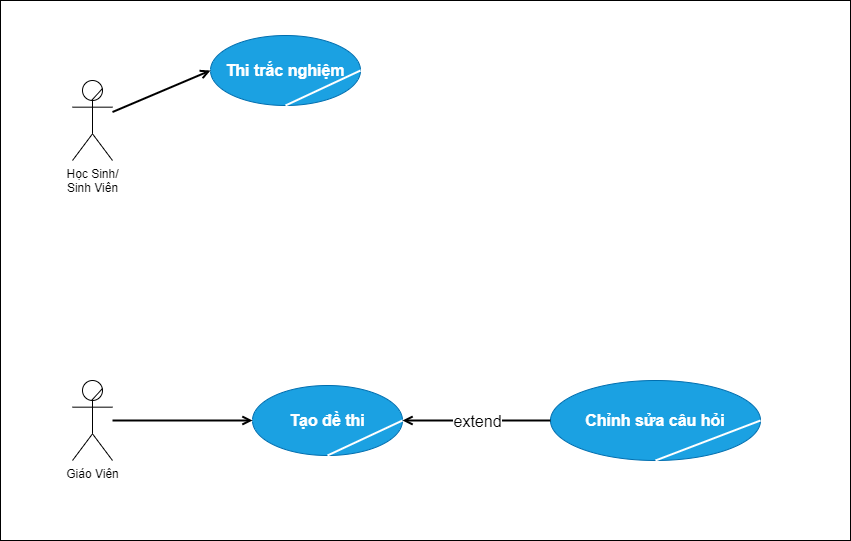
Above: nghiepVu.dio.png in sunny-THS/data (draw.io), before the change. Source tidied: cells renumbered, new cells last; positions are measured from the earlier drawing's top-left corner, leaving out a move shared by most shapes.
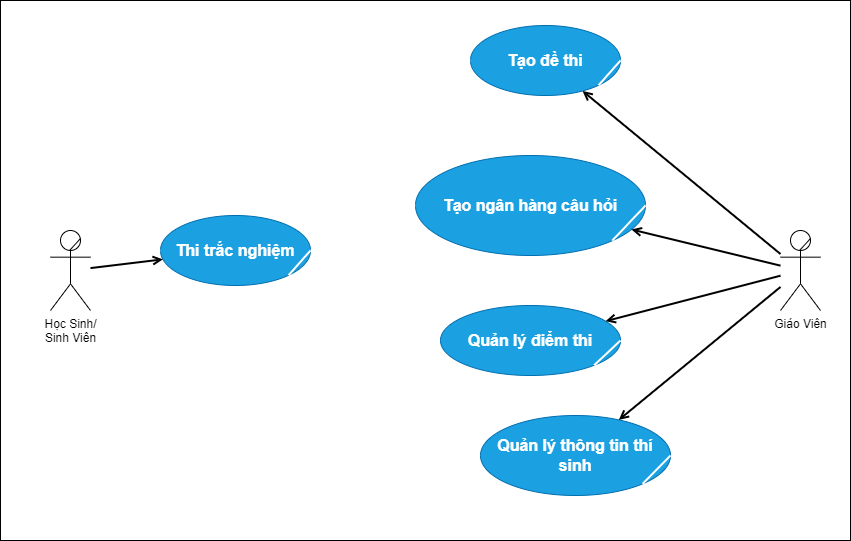
After the commit.

Commit message:
use case diagram

Change to the diagram source:
```diff
@@ -6,46 +6,61 @@
       <mxGeometry width="850" height="540" as="geometry" />
     </mxCell>
     <mxCell id="3" value="Học Sinh/&lt;br&gt;Sinh Viên" style="shape=umlActor;verticalLabelPosition=bottom;verticalAlign=top;html=1;outlineConnect=0;" parent="1" vertex="1">
-      <mxGeometry x="72" y="80" width="40" height="80" as="geometry" />
+      <mxGeometry x="50" y="230" width="40" height="80" as="geometry" />
     </mxCell>
     <mxCell id="4" style="endArrow=none;html=1;entryX=0.75;entryY=0.1;entryDx=0;entryDy=0;entryPerimeter=0;exitX=0.489;exitY=0.243;exitDx=0;exitDy=0;exitPerimeter=0;" parent="1" edge="1" source="3" target="3">
       <mxGeometry relative="1" as="geometry" />
     </mxCell>
     <mxCell id="5" value="Giáo Viên" style="shape=umlActor;verticalLabelPosition=bottom;verticalAlign=top;html=1;outlineConnect=0;" parent="1" vertex="1">
-      <mxGeometry x="72" y="380" width="40" height="80" as="geometry" />
+      <mxGeometry x="780" y="230" width="40" height="80" as="geometry" />
     </mxCell>
     <mxCell id="6" style="endArrow=none;html=1;entryX=0.75;entryY=0.1;entryDx=0;entryDy=0;entryPerimeter=0;exitX=0.489;exitY=0.243;exitDx=0;exitDy=0;exitPerimeter=0;" parent="1" edge="1" source="5" target="5">
       <mxGeometry relative="1" as="geometry" />
     </mxCell>
     <mxCell id="7" value="&lt;b&gt;&lt;font style=&quot;font-size: 16px&quot;&gt;Thi trắc nghiệm&lt;/font&gt;&lt;/b&gt;" style="ellipse;whiteSpace=wrap;html=1;fillColor=#1ba1e2;fontColor=#ffffff;strokeColor=#006EAF;" parent="1" vertex="1">
-      <mxGeometry x="210" y="35" width="150" height="70" as="geometry" />
+      <mxGeometry x="160" y="215" width="150" height="70" as="geometry" />
     </mxCell>
-    <mxCell id="8" style="endArrow=none;html=1;entryX=1;entryY=0.5;entryDx=0;entryDy=0;exitX=0.5;exitY=1;exitDx=0;exitDy=0;strokeWidth=2;fillColor=#f5f5f5;strokeColor=#fff;" parent="1" edge="1" source="7" target="7">
+    <mxCell id="8" style="endArrow=none;html=1;entryX=1;entryY=0.5;entryDx=0;entryDy=0;exitX=1;exitY=1;exitDx=0;exitDy=0;strokeWidth=2;fillColor=#f5f5f5;strokeColor=#fff;" parent="1" edge="1" source="7" target="7">
       <mxGeometry relative="1" as="geometry" />
     </mxCell>
-    <mxCell id="9" style="endArrow=open;html=1;fontSize=16;strokeWidth=2;entryX=0;entryY=0.5;entryDx=0;entryDy=0;endFill=0;" parent="1" edge="1" source="3" target="7">
+    <mxCell id="9" style="endArrow=open;html=1;fontSize=16;strokeWidth=2;endFill=0;" parent="1" edge="1" source="3" target="7">
       <mxGeometry relative="1" as="geometry" />
     </mxCell>
     <mxCell id="10" value="&lt;b&gt;&lt;font style=&quot;font-size: 16px&quot;&gt;Tạo đề thi&lt;/font&gt;&lt;/b&gt;" style="ellipse;whiteSpace=wrap;html=1;fillColor=#1ba1e2;fontColor=#ffffff;strokeColor=#006EAF;" parent="1" vertex="1">
-      <mxGeometry x="252" y="385" width="150" height="70" as="geometry" />
+      <mxGeometry x="470" y="25" width="150" height="70" as="geometry" />
     </mxCell>
-    <mxCell id="11" style="endArrow=none;html=1;entryX=1;entryY=0.5;entryDx=0;entryDy=0;exitX=0.5;exitY=1;exitDx=0;exitDy=0;strokeWidth=2;fillColor=#f5f5f5;strokeColor=#fff;" parent="1" edge="1" source="10" target="10">
+    <mxCell id="11" style="endArrow=none;html=1;entryX=1;entryY=0.5;entryDx=0;entryDy=0;exitX=1;exitY=1;exitDx=0;exitDy=0;strokeWidth=2;fillColor=#f5f5f5;strokeColor=#fff;" parent="1" edge="1" source="10" target="10">
       <mxGeometry relative="1" as="geometry" />
     </mxCell>
-    <mxCell id="12" style="endArrow=open;html=1;fontSize=16;strokeWidth=2;entryX=0;entryY=0.5;entryDx=0;entryDy=0;endFill=0;" parent="1" edge="1" source="5" target="10">
+    <mxCell id="12" style="endArrow=open;html=1;fontSize=16;strokeWidth=2;endFill=0;" parent="1" edge="1" source="5" target="10">
       <mxGeometry relative="1" as="geometry" />
     </mxCell>
-    <mxCell id="13" value="&lt;span style=&quot;font-size: 16px&quot;&gt;&lt;b&gt;Chỉnh sửa câu hỏi&lt;/b&gt;&lt;/span&gt;" style="ellipse;whiteSpace=wrap;html=1;fillColor=#1ba1e2;fontColor=#ffffff;strokeColor=#006EAF;" parent="1" vertex="1">
-      <mxGeometry x="550" y="380" width="210" height="80" as="geometry" />
-    </mxCell>
-    <mxCell id="14" style="endArrow=none;html=1;entryX=1;entryY=0.5;entryDx=0;entryDy=0;exitX=0.5;exitY=1;exitDx=0;exitDy=0;strokeWidth=2;fillColor=#f5f5f5;strokeColor=#fff;" parent="1" edge="1" source="13" target="13">
-      <mxGeometry relative="1" as="geometry" />
-    </mxCell>
-    <mxCell id="15" style="endArrow=open;html=1;fontSize=16;strokeWidth=2;exitX=0;exitY=0.5;exitDx=0;exitDy=0;entryX=1;entryY=0.5;entryDx=0;entryDy=0;endFill=0;" parent="1" edge="1" source="13" target="10">
-      <mxGeometry relative="1" as="geometry" />
-    </mxCell>
-    <mxCell id="16" value="extend" style="edgeLabel;html=1;align=center;verticalAlign=middle;fontSize=16;" parent="15" vertex="1">
-      <mxGeometry relative="1" as="geometry" />
+    <mxCell id="16" value="&lt;b&gt;&lt;font style=&quot;font-size: 16px&quot;&gt;Tạo ngân hàng câu hỏi&lt;br&gt;&lt;/font&gt;&lt;/b&gt;" style="ellipse;whiteSpace=wrap;html=1;fillColor=#1ba1e2;fontColor=#ffffff;strokeColor=#006EAF;" parent="1" vertex="1">
+      <mxGeometry x="415" y="155" width="230" height="100" as="geometry" />
     </mxCell>
+    <mxCell id="17" style="endArrow=none;html=1;entryX=1;entryY=0.5;entryDx=0;entryDy=0;exitX=1;exitY=1;exitDx=0;exitDy=0;strokeWidth=2;fillColor=#f5f5f5;strokeColor=#fff;" parent="1" edge="1" source="16" target="16">
+      <mxGeometry relative="1" as="geometry" />
+    </mxCell>
+    <mxCell id="18" style="endArrow=open;html=1;fontSize=16;strokeWidth=2;endFill=0;" parent="1" edge="1" source="5" target="16">
+      <mxGeometry relative="1" as="geometry" />
+    </mxCell>
+    <mxCell id="19" value="&lt;b&gt;&lt;font style=&quot;font-size: 16px&quot;&gt;Quản lý điểm thi&lt;br&gt;&lt;/font&gt;&lt;/b&gt;" style="ellipse;whiteSpace=wrap;html=1;fillColor=#1ba1e2;fontColor=#ffffff;strokeColor=#006EAF;" parent="1" vertex="1">
+      <mxGeometry x="440" y="305" width="180" height="70" as="geometry" />
+    </mxCell>
+    <mxCell id="20" style="endArrow=none;html=1;entryX=1;entryY=0.5;entryDx=0;entryDy=0;exitX=1;exitY=1;exitDx=0;exitDy=0;strokeWidth=2;fillColor=#f5f5f5;strokeColor=#fff;" parent="1" edge="1" source="19" target="19">
+      <mxGeometry relative="1" as="geometry" />
+    </mxCell>
+    <mxCell id="21" style="endArrow=open;html=1;fontSize=16;strokeWidth=2;endFill=0;" parent="1" edge="1" source="5" target="19">
+      <mxGeometry relative="1" as="geometry" />
+    </mxCell>
+    <mxCell id="22" value="&lt;b&gt;&lt;font style=&quot;font-size: 16px&quot;&gt;Quản lý thông tin thí sinh&lt;br&gt;&lt;/font&gt;&lt;/b&gt;" style="ellipse;whiteSpace=wrap;html=1;fillColor=#1ba1e2;fontColor=#ffffff;strokeColor=#006EAF;" parent="1" vertex="1">
+      <mxGeometry x="480" y="415" width="190" height="80" as="geometry" />
+    </mxCell>
+    <mxCell id="23" style="endArrow=none;html=1;entryX=1;entryY=0.5;entryDx=0;entryDy=0;exitX=1;exitY=1;exitDx=0;exitDy=0;strokeWidth=2;fillColor=#f5f5f5;strokeColor=#fff;" parent="1" edge="1" source="22" target="22">
+      <mxGeometry relative="1" as="geometry" />
+    </mxCell>
+    <mxCell id="24" style="endArrow=open;html=1;fontSize=16;strokeWidth=2;endFill=0;" parent="1" edge="1" source="5" target="22">
+      <mxGeometry relative="1" as="geometry" />
+    </mxCell>
   </root>
 </mxGraphModel>
```
